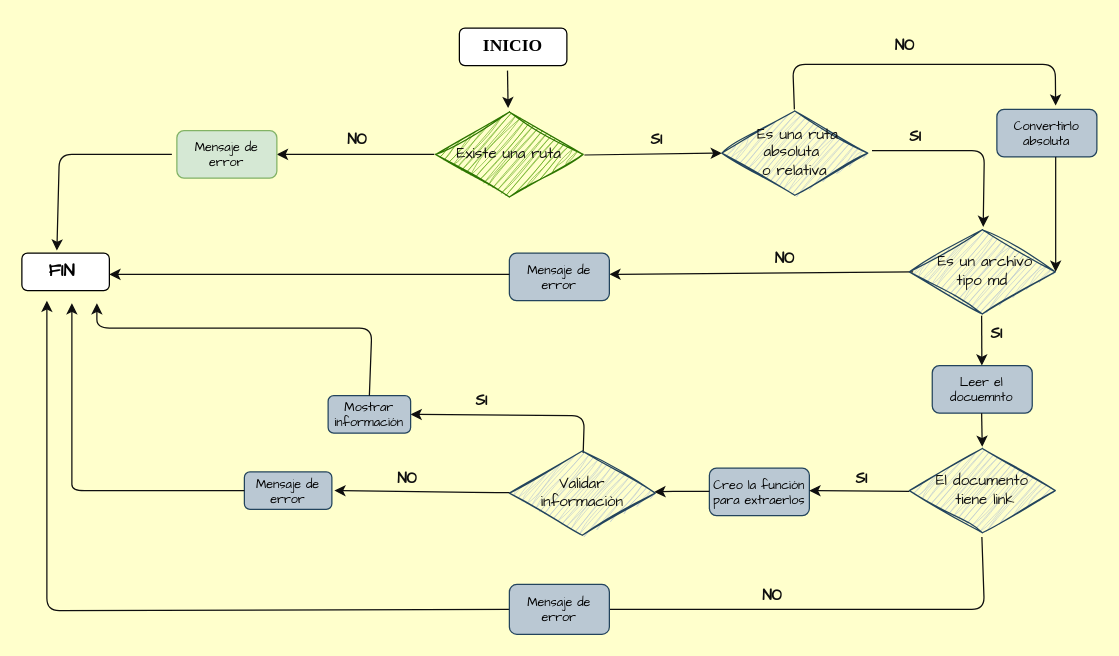
Above: diagram.drawio in ErikaSuesca/DEV002-md-links (draw.io), before the change. Source tidied: cells renumbered, new cells numbered last; positions are measured from the earlier drawing's top-left corner, leaving out a move shared by most shapes. Both pictures are drawn from the tidied source at 125%, with x=0, y=0 at pixel (21, 28).
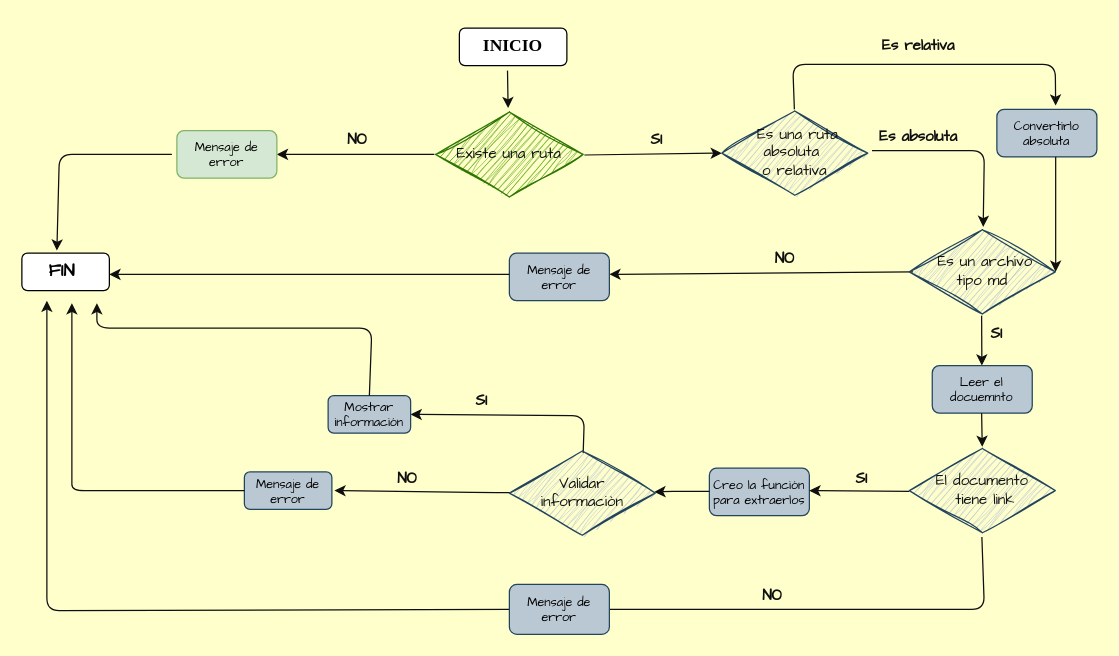
The same page after the edit.

Diff of the diagram source:
```diff
@@
-    <mxCell id="32" value="&lt;b&gt;NO&lt;/b&gt;" style="text;html=1;align=center;verticalAlign=middle;strokeColor=none;fillColor=none;fontSize=12;fontFamily=Comic Sans MS;fontColor=#0F0F0F;sketch=1;hachureGap=4;jiggle=2;curveFitting=1;" parent="1" vertex="1">
-      <mxGeometry x="686" width="40" height="30" as="geometry" />
+    <mxCell id="32" value="&lt;b&gt;Es relativa&lt;/b&gt;" style="text;html=1;align=center;verticalAlign=middle;strokeColor=none;fillColor=none;fontSize=12;fontFamily=Comic Sans MS;fontColor=#0F0F0F;sketch=1;hachureGap=4;jiggle=2;curveFitting=1;" parent="1" vertex="1">
+      <mxGeometry x="672" width="90" height="30" as="geometry" />
     </mxCell>
-    <mxCell id="33" value="&lt;b&gt;SI&amp;nbsp;&lt;/b&gt;" style="text;html=1;align=center;verticalAlign=middle;strokeColor=none;fillColor=none;fontSize=12;fontFamily=Comic Sans MS;fontColor=#0F0F0F;sketch=1;hachureGap=4;jiggle=2;curveFitting=1;" parent="1" vertex="1">
-      <mxGeometry x="697" y="73" width="40" height="30" as="geometry" />
+    <mxCell id="33" value="&lt;b&gt;Es absoluta&lt;/b&gt;" style="text;html=1;align=center;verticalAlign=middle;strokeColor=none;fillColor=none;fontSize=12;fontFamily=Comic Sans MS;fontColor=#0F0F0F;sketch=1;hachureGap=4;jiggle=2;curveFitting=1;" parent="1" vertex="1">
+      <mxGeometry x="672" y="73" width="90" height="30" as="geometry" />
     </mxCell>
```
